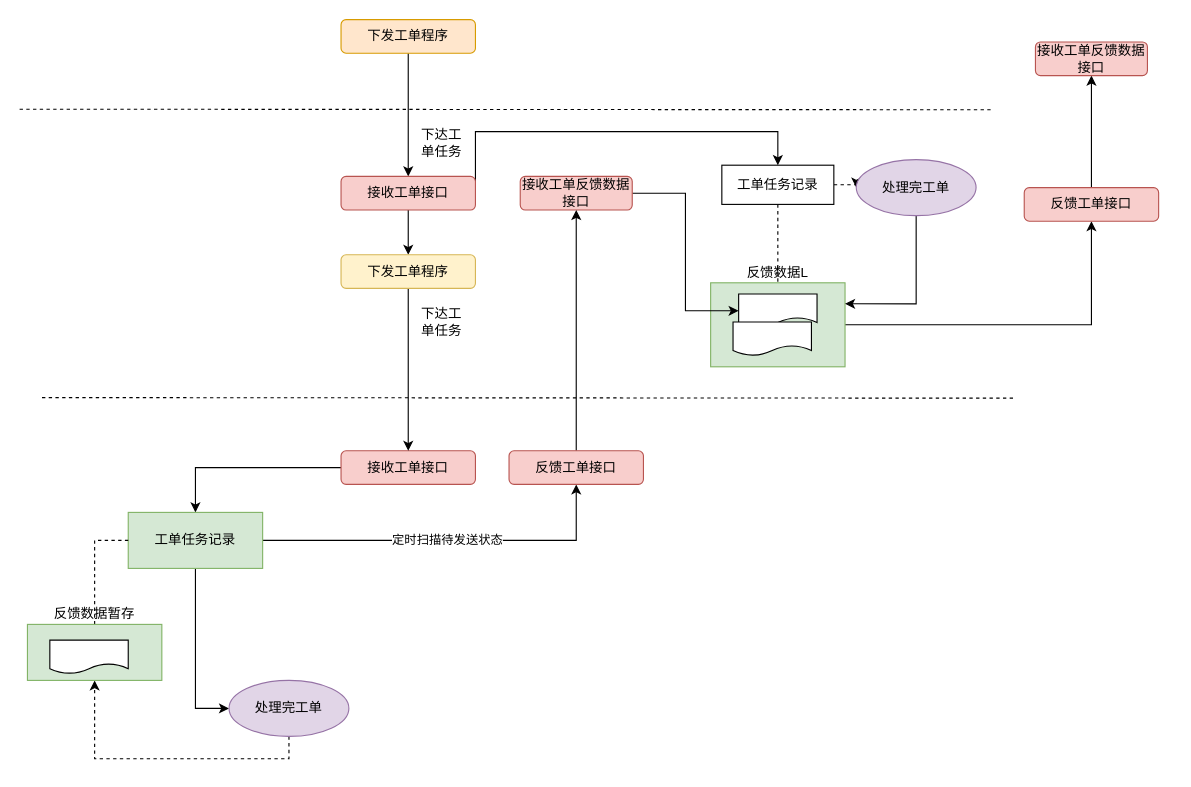
Earlier version of the draw.io diagram 安管平台级联架构.drawio (JefferNew/data2wisdom). Source tidied: cells renumbered, new cells numbered last; positions are measured from the earlier drawing's top-left corner, leaving out a move shared by most shapes. Both pictures are drawn from the tidied source at 112%, with x=0, y=0 at pixel (19, 19).
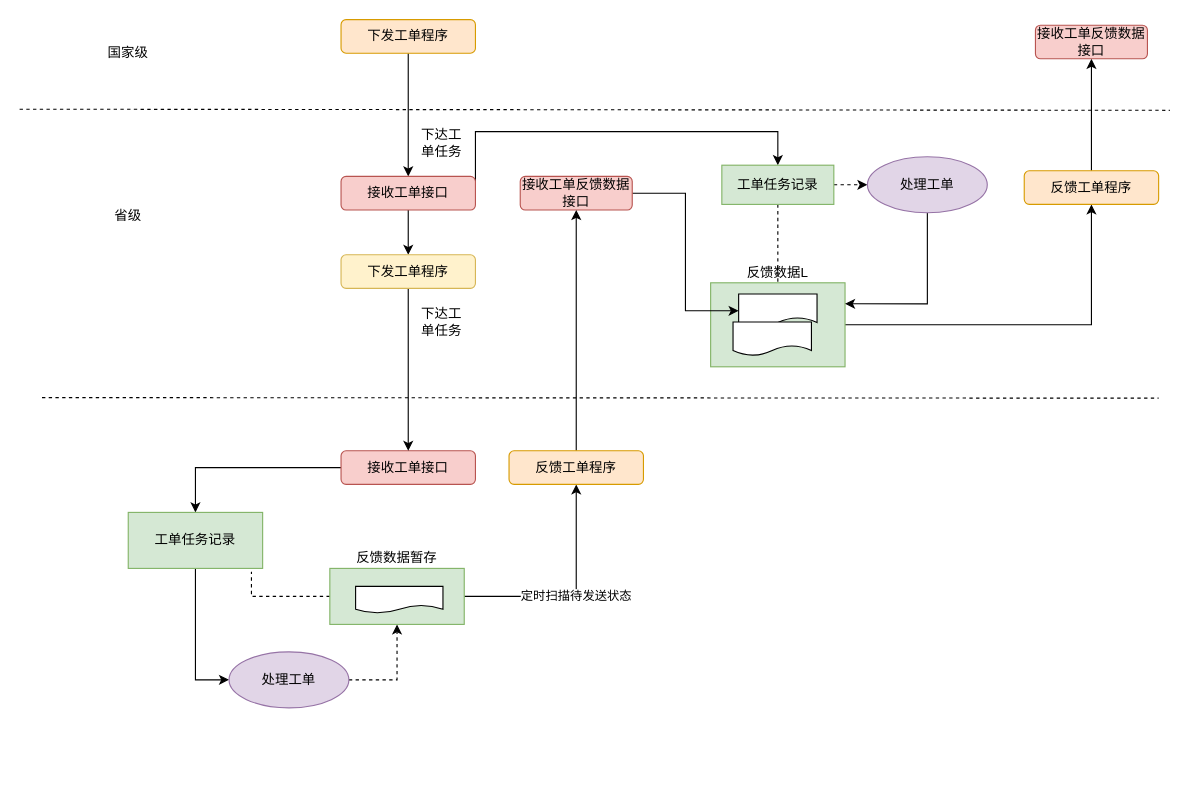
After the change.

Commit message:
Update 安管平台级联架构.drawio

The change refers to these unchanged cells:
```xml
<mxCell id="24" value="工单任务记录" style="rounded=0;whiteSpace=wrap;html=1;fillColor=#d5e8d4;strokeColor=#82b366;" parent="1" vertex="1">
  <mxGeometry x="97" y="440" width="120" height="50" as="geometry" />
</mxCell>
```

What changed in the source:
```diff
@@
-    <mxCell id="15" value="反馈工单接口" style="rounded=1;whiteSpace=wrap;html=1;fillColor=#f8cecc;strokeColor=#b85450;" parent="1" vertex="1">
-      <mxGeometry x="897" y="150" width="120" height="30" as="geometry" />
+    <mxCell id="15" value="反馈工单程序" style="rounded=1;whiteSpace=wrap;html=1;fillColor=#ffe6cc;strokeColor=#d79b00;" parent="1" vertex="1">
+      <mxGeometry x="897" y="135" width="120" height="30" as="geometry" />
     </mxCell>
@@
-    <mxCell id="21" value="工单任务记录" style="rounded=0;whiteSpace=wrap;html=1;" parent="1" vertex="1">
+    <mxCell id="21" value="工单任务记录" style="rounded=0;whiteSpace=wrap;html=1;fillColor=#d5e8d4;strokeColor=#82b366;" parent="1" vertex="1">
       <mxGeometry x="627" y="130" width="100" height="35" as="geometry" />
     </mxCell>
@@
-    <mxCell id="23" value="定时扫描待发送状态" style="edgeStyle=orthogonalEdgeStyle;rounded=0;jettySize=auto;html=1;exitX=1;exitY=0.5;exitDx=0;exitDy=0;entryX=0.5;entryY=1;entryDx=0;entryDy=0;" parent="1" edge="1" source="24" target="28">
+    <mxCell id="23" value="定时扫描待发送状态" style="edgeStyle=orthogonalEdgeStyle;rounded=0;jettySize=auto;html=1;exitX=1;exitY=0.5;exitDx=0;exitDy=0;entryX=0.5;entryY=1;entryDx=0;entryDy=0;" parent="1" edge="1" source="35" target="28">
       <mxGeometry relative="1" as="geometry" />
     </mxCell>
@@
-    <mxCell id="25" style="edgeStyle=orthogonalEdgeStyle;rounded=0;jettySize=auto;html=1;exitX=0.5;exitY=1;exitDx=0;exitDy=0;entryX=0.5;entryY=1;entryDx=0;entryDy=0;dashed=1;endArrow=classic;endFill=1;" parent="1" edge="1" source="26" target="35">
+    <mxCell id="25" style="edgeStyle=orthogonalEdgeStyle;rounded=0;jettySize=auto;html=1;exitX=1;exitY=0.5;exitDx=0;exitDy=0;entryX=0.5;entryY=1;entryDx=0;entryDy=0;dashed=1;endArrow=classic;endFill=1;" parent="1" edge="1" source="26" target="35">
       <mxGeometry relative="1" as="geometry" />
     </mxCell>
-    <mxCell id="26" value="处理完工单" style="ellipse;whiteSpace=wrap;html=1;fillColor=#e1d5e7;strokeColor=#9673a6;" parent="1" vertex="1">
-      <mxGeometry x="187" y="590" width="107" height="50" as="geometry" />
+    <mxCell id="26" value="处理工单" style="ellipse;whiteSpace=wrap;html=1;fillColor=#e1d5e7;strokeColor=#9673a6;" parent="1" vertex="1">
+      <mxGeometry x="187" y="564.5" width="107" height="50" as="geometry" />
     </mxCell>
@@
-    <mxCell id="28" value="反馈工单接口" style="rounded=1;whiteSpace=wrap;html=1;fillColor=#f8cecc;strokeColor=#b85450;" parent="1" vertex="1">
+    <mxCell id="28" value="反馈工单程序" style="rounded=1;whiteSpace=wrap;html=1;fillColor=#ffe6cc;strokeColor=#d79b00;" parent="1" vertex="1">
       <mxGeometry x="437" y="385" width="120" height="30" as="geometry" />
     </mxCell>
@@
     <mxCell id="31" value="接收工单反馈数据接口" style="rounded=1;whiteSpace=wrap;html=1;fillColor=#f8cecc;strokeColor=#b85450;" parent="1" vertex="1">
-      <mxGeometry x="907" y="20" width="100" height="30" as="geometry" />
+      <mxGeometry x="907" y="5" width="100" height="30" as="geometry" />
     </mxCell>
     <mxCell id="32" style="endArrow=none;dashed=1;html=1;" parent="1" edge="1">
       <mxGeometry relative="1" as="geometry">
         <mxPoint x="20" y="337.5" as="sourcePoint" />
-        <mxPoint x="887" y="338" as="targetPoint" />
+        <mxPoint x="1017" y="338" as="targetPoint" />
       </mxGeometry>
     </mxCell>
     <mxCell id="33" style="endArrow=none;dashed=1;html=1;" parent="1" edge="1">
       <mxGeometry relative="1" as="geometry">
         <mxPoint y="80" as="sourcePoint" />
-        <mxPoint x="867" y="80.5" as="targetPoint" />
+        <mxPoint x="1027" y="81" as="targetPoint" />
       </mxGeometry>
     </mxCell>
-    <mxCell id="34" style="edgeStyle=orthogonalEdgeStyle;rounded=0;jettySize=auto;html=1;exitX=0.5;exitY=0;exitDx=0;exitDy=0;entryX=0;entryY=0.5;entryDx=0;entryDy=0;endArrow=none;endFill=0;dashed=1;" parent="1" edge="1" source="35" target="24">
-      <mxGeometry relative="1" as="geometry" />
+    <mxCell id="34" style="edgeStyle=orthogonalEdgeStyle;rounded=0;jettySize=auto;html=1;exitX=0;exitY=0.5;exitDx=0;exitDy=0;endArrow=none;endFill=0;dashed=1;" parent="1" edge="1" source="35">
+      <mxGeometry relative="1" as="geometry">
+        <mxPoint x="207" y="493" as="targetPoint" />
+        <Array as="points">
+          <mxPoint x="207" y="515" />
+        </Array>
+      </mxGeometry>
     </mxCell>
     <mxCell id="35" value="反馈数据暂存" style="rounded=0;whiteSpace=wrap;html=1;labelPosition=center;verticalLabelPosition=top;align=center;verticalAlign=bottom;fillColor=#d5e8d4;strokeColor=#82b366;" parent="1" vertex="1">
-      <mxGeometry x="7" y="540" width="120" height="50" as="geometry" />
+      <mxGeometry x="277" y="490" width="120" height="50" as="geometry" />
     </mxCell>
     <mxCell id="36" style="shape=document;whiteSpace=wrap;html=1;boundedLbl=1;" parent="1" vertex="1">
-      <mxGeometry x="27" y="554" width="70" height="30" as="geometry" />
+      <mxGeometry x="300" y="506" width="78" height="24" as="geometry" />
     </mxCell>
@@
-    <mxCell id="38" value="处理完工单" style="ellipse;whiteSpace=wrap;html=1;fillColor=#e1d5e7;strokeColor=#9673a6;" parent="1" vertex="1">
-      <mxGeometry x="747" y="125" width="107" height="50" as="geometry" />
+    <mxCell id="38" value="处理工单" style="ellipse;whiteSpace=wrap;html=1;fillColor=#e1d5e7;strokeColor=#9673a6;" parent="1" vertex="1">
+      <mxGeometry x="757" y="122.5" width="107" height="50" as="geometry" />
     </mxCell>
+    <mxCell id="39" value="国家级" style="text;html=1;strokeColor=none;fillColor=none;align=center;verticalAlign=middle;whiteSpace=wrap;rounded=0;" parent="1" vertex="1">
+      <mxGeometry x="77" y="20" width="40" height="20" as="geometry" />
+    </mxCell>
+    <mxCell id="40" value="省级" style="text;html=1;strokeColor=none;fillColor=none;align=center;verticalAlign=middle;whiteSpace=wrap;rounded=0;" parent="1" vertex="1">
+      <mxGeometry x="77" y="165" width="40" height="20" as="geometry" />
+    </mxCell>
```
